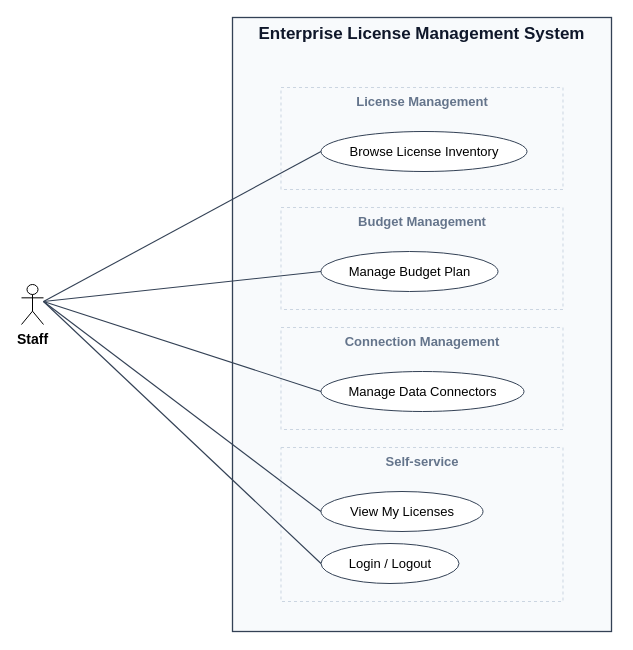
This is docs/diagrams/out/uc_staff.drawio from cuonglpv/VFast, a draw.io file, before an edit. Source tidied: cells renumbered, new cells numbered last; positions are measured from the earlier drawing's top-left corner, leaving out a move shared by most shapes. Both pictures are drawn from the tidied source at 100%, with x=0, y=0 at pixel (21, 17).
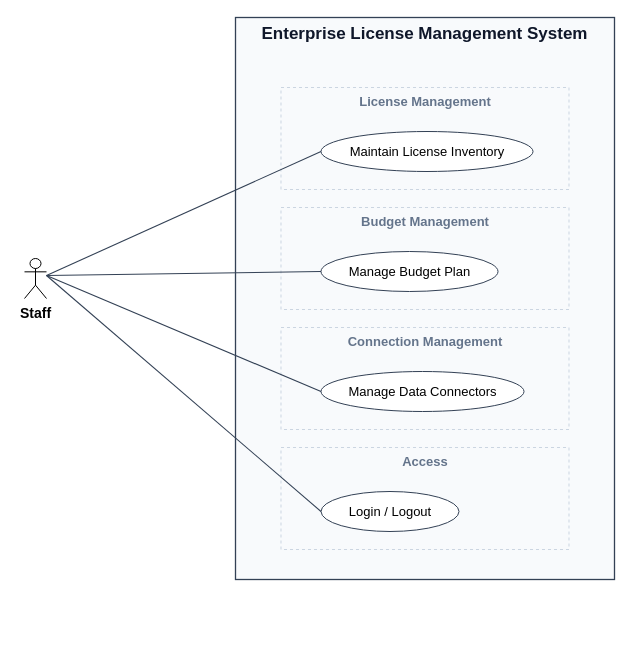
After the change.

What changed in the source:
```diff
@@
     <mxCell id="2" value="Enterprise License Management System" style="rounded=0;arcSize=0;absoluteArcSize=1;whiteSpace=wrap;html=1;fillColor=#F8FAFC;strokeColor=#334155;strokeWidth=1.3;fontSize=17;fontColor=#0f172a;align=center;verticalAlign=top;fontStyle=1;" parent="1" vertex="1">
-      <mxGeometry x="211" width="379" height="614" as="geometry" />
+      <mxGeometry x="214" width="379" height="562" as="geometry" />
     </mxCell>
     <mxCell id="3" value="License Management" style="rounded=0;arcSize=0;absoluteArcSize=1;whiteSpace=wrap;html=1;fillColor=#F8FAFC;strokeColor=#CBD5E1;strokeWidth=1;fontSize=13;fontColor=#64748B;align=center;verticalAlign=top;dashed=1;fontStyle=1;" parent="1" vertex="1">
-      <mxGeometry x="259.5" y="70" width="282" height="102" as="geometry" />
+      <mxGeometry x="259.5" y="70" width="288" height="102" as="geometry" />
     </mxCell>
-    <mxCell id="4" value="Browse License Inventory" style="ellipse;whiteSpace=wrap;html=1;fillColor=#ffffff;strokeColor=#334155;fontSize=13;fontColor=#000000;" parent="1" vertex="1">
-      <mxGeometry x="299.5" y="114" width="206" height="40" as="geometry" />
+    <mxCell id="4" value="Maintain License Inventory" style="ellipse;whiteSpace=wrap;html=1;fillColor=#ffffff;strokeColor=#334155;fontSize=13;fontColor=#000000;" parent="1" vertex="1">
+      <mxGeometry x="299.5" y="114" width="212" height="40" as="geometry" />
     </mxCell>
     <mxCell id="5" value="Budget Management" style="rounded=0;arcSize=0;absoluteArcSize=1;whiteSpace=wrap;html=1;fillColor=#F8FAFC;strokeColor=#CBD5E1;strokeWidth=1;fontSize=13;fontColor=#64748B;align=center;verticalAlign=top;dashed=1;fontStyle=1;" parent="1" vertex="1">
-      <mxGeometry x="259.5" y="190" width="282" height="102" as="geometry" />
+      <mxGeometry x="259.5" y="190" width="288" height="102" as="geometry" />
     </mxCell>
@@
     <mxCell id="7" value="Connection Management" style="rounded=0;arcSize=0;absoluteArcSize=1;whiteSpace=wrap;html=1;fillColor=#F8FAFC;strokeColor=#CBD5E1;strokeWidth=1;fontSize=13;fontColor=#64748B;align=center;verticalAlign=top;dashed=1;fontStyle=1;" parent="1" vertex="1">
-      <mxGeometry x="259.5" y="310" width="282" height="102" as="geometry" />
+      <mxGeometry x="259.5" y="310" width="288" height="102" as="geometry" />
     </mxCell>
@@
-    <mxCell id="9" value="Self-service" style="rounded=0;arcSize=0;absoluteArcSize=1;whiteSpace=wrap;html=1;fillColor=#F8FAFC;strokeColor=#CBD5E1;strokeWidth=1;fontSize=13;fontColor=#64748B;align=center;verticalAlign=top;dashed=1;fontStyle=1;" parent="1" vertex="1">
-      <mxGeometry x="259.5" y="430" width="282" height="154" as="geometry" />
+    <mxCell id="9" value="Access" style="rounded=0;arcSize=0;absoluteArcSize=1;whiteSpace=wrap;html=1;fillColor=#F8FAFC;strokeColor=#CBD5E1;strokeWidth=1;fontSize=13;fontColor=#64748B;align=center;verticalAlign=top;dashed=1;fontStyle=1;" parent="1" vertex="1">
+      <mxGeometry x="259.5" y="430" width="288" height="102" as="geometry" />
     </mxCell>
-    <mxCell id="10" value="View My Licenses" style="ellipse;whiteSpace=wrap;html=1;fillColor=#ffffff;strokeColor=#334155;fontSize=13;fontColor=#000000;" parent="1" vertex="1">
-      <mxGeometry x="299.5" y="474" width="162" height="40" as="geometry" />
+    <mxCell id="10" value="Login / Logout" style="ellipse;whiteSpace=wrap;html=1;fillColor=#ffffff;strokeColor=#334155;fontSize=13;fontColor=#000000;" parent="1" vertex="1">
+      <mxGeometry x="299.5" y="474" width="138" height="40" as="geometry" />
     </mxCell>
-    <mxCell id="11" value="Login / Logout" style="ellipse;whiteSpace=wrap;html=1;fillColor=#ffffff;strokeColor=#334155;fontSize=13;fontColor=#000000;" parent="1" vertex="1">
-      <mxGeometry x="299.5" y="526" width="138" height="40" as="geometry" />
+    <mxCell id="11" value="Staff" style="shape=umlActor;html=1;verticalLabelPosition=bottom;verticalAlign=top;labelPosition=center;align=center;fontSize=14;fontStyle=1;" parent="1" vertex="1">
+      <mxGeometry x="3" y="241" width="22" height="40" as="geometry" />
     </mxCell>
-    <mxCell id="12" value="Staff" style="shape=umlActor;html=1;verticalLabelPosition=bottom;verticalAlign=top;labelPosition=center;align=center;fontSize=14;fontStyle=1;" parent="1" vertex="1">
-      <mxGeometry y="267" width="22" height="40" as="geometry" />
+    <mxCell id="12" style="html=1;rounded=0;endArrow=none;endFill=0;startArrow=none;startFill=0;strokeColor=#334155;strokeWidth=1.1;" parent="1" edge="1">
+      <mxGeometry relative="1" as="geometry">
+        <mxPoint x="25" y="258" as="sourcePoint" />
+        <mxPoint x="299.5" y="134" as="targetPoint" />
+      </mxGeometry>
     </mxCell>
     <mxCell id="13" style="html=1;rounded=0;endArrow=none;endFill=0;startArrow=none;startFill=0;strokeColor=#334155;strokeWidth=1.1;" parent="1" edge="1">
       <mxGeometry relative="1" as="geometry">
-        <mxPoint x="22" y="284" as="sourcePoint" />
-        <mxPoint x="299.5" y="134" as="targetPoint" />
+        <mxPoint x="25" y="258" as="sourcePoint" />
+        <mxPoint x="299.5" y="254" as="targetPoint" />
       </mxGeometry>
     </mxCell>
     <mxCell id="14" style="html=1;rounded=0;endArrow=none;endFill=0;startArrow=none;startFill=0;strokeColor=#334155;strokeWidth=1.1;" parent="1" edge="1">
       <mxGeometry relative="1" as="geometry">
-        <mxPoint x="22" y="284" as="sourcePoint" />
-        <mxPoint x="299.5" y="254" as="targetPoint" />
+        <mxPoint x="25" y="258" as="sourcePoint" />
+        <mxPoint x="299.5" y="374" as="targetPoint" />
       </mxGeometry>
     </mxCell>
     <mxCell id="15" style="html=1;rounded=0;endArrow=none;endFill=0;startArrow=none;startFill=0;strokeColor=#334155;strokeWidth=1.1;" parent="1" edge="1">
       <mxGeometry relative="1" as="geometry">
-        <mxPoint x="22" y="284" as="sourcePoint" />
-        <mxPoint x="299.5" y="374" as="targetPoint" />
+        <mxPoint x="25" y="258" as="sourcePoint" />
+        <mxPoint x="299.5" y="494" as="targetPoint" />
       </mxGeometry>
     </mxCell>
-    <mxCell id="16" style="html=1;rounded=0;endArrow=none;endFill=0;startArrow=none;startFill=0;strokeColor=#334155;strokeWidth=1.1;" parent="1" edge="1">
-      <mxGeometry relative="1" as="geometry">
-        <mxPoint x="22" y="284" as="sourcePoint" />
-        <mxPoint x="299.5" y="494" as="targetPoint" />
-      </mxGeometry>
-    </mxCell>
-    <mxCell id="17" style="html=1;rounded=0;endArrow=none;endFill=0;startArrow=none;startFill=0;strokeColor=#334155;strokeWidth=1.1;" parent="1" edge="1">
-      <mxGeometry relative="1" as="geometry">
-        <mxPoint x="22" y="284" as="sourcePoint" />
-        <mxPoint x="299.5" y="546" as="targetPoint" />
-      </mxGeometry>
-    </mxCell>
```
